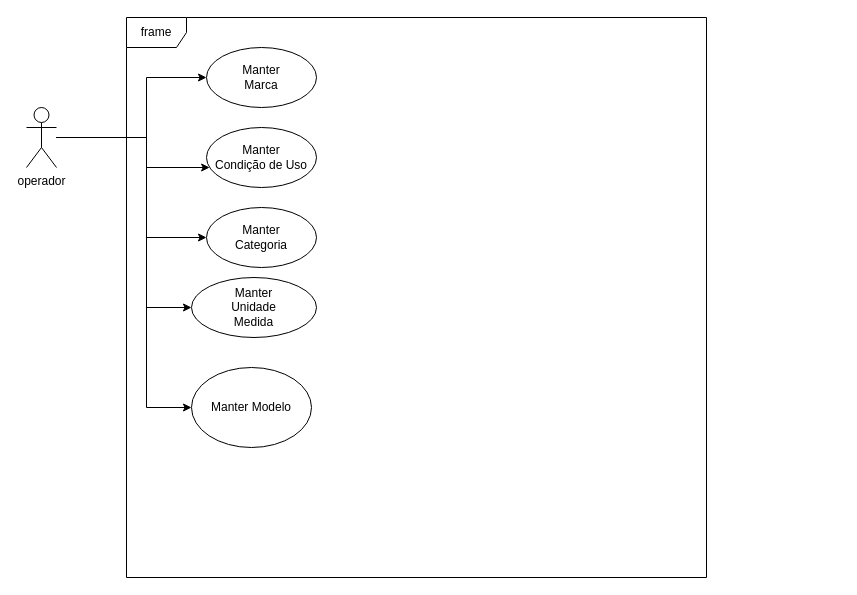
luzardofonseca/draw.io keeps this draw.io diagram as Caso de Uso Hefestos.drawio. Above is the earlier version. Source tidied: cells renumbered, new cells numbered last; positions are measured from the earlier drawing's top-left corner, leaving out a move shared by most shapes. Both pictures are drawn from the tidied source at 100%, with x=0, y=0 at pixel (26, 17).
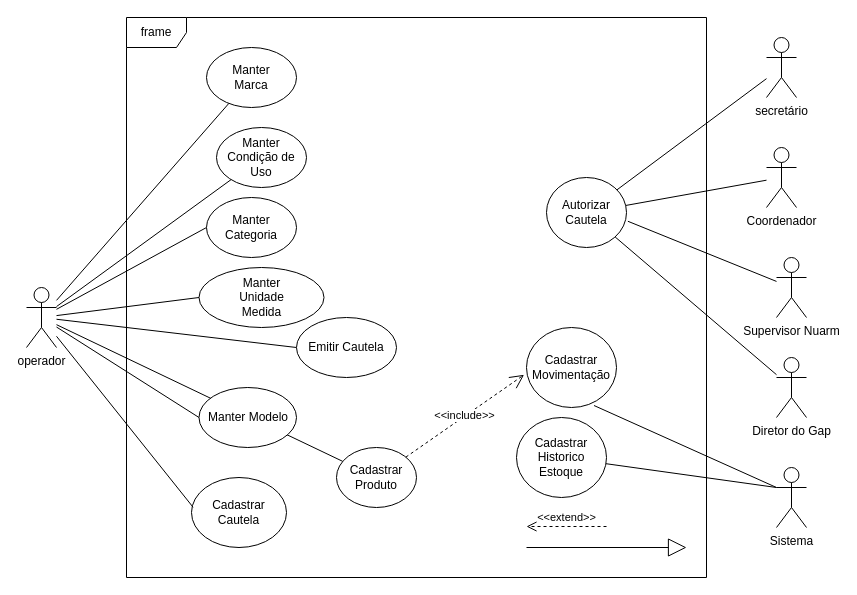
Above is the later version.

Diff of the diagram source:
```diff
@@
-    <mxCell id="3" style="edgeStyle=orthogonalEdgeStyle;rounded=0;jettySize=auto;html=1;" parent="1" edge="1" source="8" target="9">
-      <mxGeometry relative="1" as="geometry">
-        <Array as="points">
-          <mxPoint x="120" y="120" />
-          <mxPoint x="120" y="60" />
-        </Array>
-      </mxGeometry>
+    <mxCell id="3" style="rounded=0;jettySize=auto;html=1;endArrow=none;endFill=0;" parent="1" edge="1" source="8" target="9">
+      <mxGeometry relative="1" as="geometry" />
     </mxCell>
-    <mxCell id="4" style="edgeStyle=orthogonalEdgeStyle;rounded=0;jettySize=auto;html=1;" parent="1" edge="1" source="8" target="10">
-      <mxGeometry relative="1" as="geometry">
-        <Array as="points">
-          <mxPoint x="120" y="120" />
-          <mxPoint x="120" y="150" />
-        </Array>
-      </mxGeometry>
+    <mxCell id="4" style="rounded=0;jettySize=auto;html=1;endArrow=none;endFill=0;" parent="1" edge="1" source="8" target="10">
+      <mxGeometry relative="1" as="geometry" />
     </mxCell>
-    <mxCell id="5" style="edgeStyle=orthogonalEdgeStyle;rounded=0;jettySize=auto;html=1;entryX=0;entryY=0.5;entryDx=0;entryDy=0;" parent="1" edge="1" source="8" target="11">
-      <mxGeometry relative="1" as="geometry">
-        <Array as="points">
-          <mxPoint x="120" y="120" />
-          <mxPoint x="120" y="220" />
-        </Array>
-      </mxGeometry>
+    <mxCell id="5" style="rounded=0;jettySize=auto;html=1;entryX=0;entryY=0.5;entryDx=0;entryDy=0;endArrow=none;endFill=0;" parent="1" edge="1" source="8" target="11">
+      <mxGeometry relative="1" as="geometry" />
     </mxCell>
-    <mxCell id="6" style="edgeStyle=orthogonalEdgeStyle;rounded=0;jettySize=auto;html=1;entryX=0;entryY=0.5;entryDx=0;entryDy=0;" parent="1" edge="1" source="8" target="12">
-      <mxGeometry relative="1" as="geometry">
-        <Array as="points">
-          <mxPoint x="120" y="120" />
-          <mxPoint x="120" y="290" />
-        </Array>
-      </mxGeometry>
+    <mxCell id="6" style="rounded=0;jettySize=auto;html=1;entryX=0;entryY=0.5;entryDx=0;entryDy=0;endArrow=none;endFill=0;" parent="1" edge="1" source="8" target="12">
+      <mxGeometry relative="1" as="geometry" />
     </mxCell>
-    <mxCell id="7" style="edgeStyle=orthogonalEdgeStyle;rounded=0;jettySize=auto;html=1;entryX=0;entryY=0.5;entryDx=0;entryDy=0;" parent="1" edge="1" source="8" target="13">
-      <mxGeometry relative="1" as="geometry">
-        <Array as="points">
-          <mxPoint x="120" y="120" />
-          <mxPoint x="120" y="390" />
-        </Array>
-      </mxGeometry>
+    <mxCell id="7" style="rounded=0;jettySize=auto;html=1;entryX=0;entryY=0.5;entryDx=0;entryDy=0;endArrow=none;endFill=0;" parent="1" edge="1" source="8" target="13">
+      <mxGeometry relative="1" as="geometry" />
     </mxCell>
+    <mxCell id="14" style="rounded=0;jettySize=auto;html=1;entryX=0;entryY=0.5;entryDx=0;entryDy=0;endArrow=none;endFill=0;" parent="1" edge="1" source="8" target="27">
+      <mxGeometry relative="1" as="geometry" />
+    </mxCell>
+    <mxCell id="15" style="rounded=0;jettySize=auto;html=1;endArrow=none;endFill=0;" parent="1" edge="1" source="8" target="28">
+      <mxGeometry relative="1" as="geometry" />
+    </mxCell>
     <mxCell id="8" value="operador" style="shape=umlActor;verticalLabelPosition=bottom;verticalAlign=top;html=1;" parent="1" vertex="1">
-      <mxGeometry y="90" width="30" height="60" as="geometry" />
+      <mxGeometry y="270" width="30" height="60" as="geometry" />
     </mxCell>
     <mxCell id="9" value="Manter&lt;br&gt;Marca" style="ellipse;whiteSpace=wrap;html=1;" parent="1" vertex="1">
-      <mxGeometry x="180" y="30" width="110" height="60" as="geometry" />
+      <mxGeometry x="180" y="30" width="90" height="60" as="geometry" />
     </mxCell>
     <mxCell id="10" value="Manter&lt;br&gt;Condição de Uso" style="ellipse;whiteSpace=wrap;html=1;" parent="1" vertex="1">
-      <mxGeometry x="180" y="110" width="110" height="60" as="geometry" />
+      <mxGeometry x="190" y="110" width="90" height="60" as="geometry" />
     </mxCell>
     <mxCell id="11" value="Manter &lt;br&gt;Categoria" style="ellipse;whiteSpace=wrap;html=1;" parent="1" vertex="1">
-      <mxGeometry x="180" y="190" width="110" height="60" as="geometry" />
+      <mxGeometry x="180" y="180" width="90" height="60" as="geometry" />
     </mxCell>
     <mxCell id="12" value="Manter &lt;br&gt;Unidade&lt;br&gt;Medida" style="ellipse;whiteSpace=wrap;html=1;" parent="1" vertex="1">
-      <mxGeometry x="165" y="260" width="125" height="60" as="geometry" />
+      <mxGeometry x="172.5" y="250" width="125" height="60" as="geometry" />
     </mxCell>
     <mxCell id="13" value="Manter Modelo" style="ellipse;whiteSpace=wrap;html=1;" parent="1" vertex="1">
-      <mxGeometry x="165" y="350" width="120" height="80" as="geometry" />
+      <mxGeometry x="172.5" y="370" width="97.5" height="60" as="geometry" />
     </mxCell>
+    <mxCell id="16" style="rounded=0;jettySize=auto;html=1;endArrow=none;endFill=0;" parent="1" edge="1" source="17" target="18">
+      <mxGeometry relative="1" as="geometry" />
+    </mxCell>
+    <mxCell id="17" value="secretário" style="shape=umlActor;verticalLabelPosition=bottom;verticalAlign=top;html=1;outlineConnect=0;" parent="1" vertex="1">
+      <mxGeometry x="740" y="20" width="30" height="60" as="geometry" />
+    </mxCell>
+    <mxCell id="18" value="Autorizar Cautela" style="ellipse;whiteSpace=wrap;html=1;" parent="1" vertex="1">
+      <mxGeometry x="520" y="160" width="80" height="70" as="geometry" />
+    </mxCell>
+    <mxCell id="19" style="rounded=0;jettySize=auto;html=1;endArrow=none;endFill=0;" parent="1" edge="1" source="20" target="18">
+      <mxGeometry relative="1" as="geometry" />
+    </mxCell>
+    <mxCell id="20" value="Coordenador" style="shape=umlActor;verticalLabelPosition=bottom;verticalAlign=top;html=1;outlineConnect=0;" parent="1" vertex="1">
+      <mxGeometry x="740" y="130" width="30" height="60" as="geometry" />
+    </mxCell>
+    <mxCell id="21" style="rounded=0;jettySize=auto;html=1;entryX=1.017;entryY=0.625;entryDx=0;entryDy=0;endArrow=none;endFill=0;entryPerimeter=0;" parent="1" edge="1" source="22" target="18">
+      <mxGeometry relative="1" as="geometry" />
+    </mxCell>
+    <mxCell id="22" value="Supervisor Nuarm&lt;div&gt;&lt;br&gt;&lt;/div&gt;" style="shape=umlActor;verticalLabelPosition=bottom;verticalAlign=top;html=1;outlineConnect=0;" parent="1" vertex="1">
+      <mxGeometry x="750" y="240" width="30" height="60" as="geometry" />
+    </mxCell>
+    <mxCell id="23" style="rounded=0;jettySize=auto;html=1;endArrow=none;endFill=0;" parent="1" edge="1" source="24" target="18">
+      <mxGeometry relative="1" as="geometry" />
+    </mxCell>
+    <mxCell id="24" value="&lt;div&gt;Diretor do Gap&lt;/div&gt;" style="shape=umlActor;verticalLabelPosition=bottom;verticalAlign=top;html=1;outlineConnect=0;" parent="1" vertex="1">
+      <mxGeometry x="750" y="340" width="30" height="60" as="geometry" />
+    </mxCell>
+    <mxCell id="25" value="Cadastrar Cautela" style="ellipse;whiteSpace=wrap;html=1;" parent="1" vertex="1">
+      <mxGeometry x="165" y="460" width="95" height="70" as="geometry" />
+    </mxCell>
+    <mxCell id="26" style="rounded=0;jettySize=auto;html=1;entryX=0.017;entryY=0.425;entryDx=0;entryDy=0;entryPerimeter=0;endArrow=none;endFill=0;" parent="1" edge="1" source="8" target="25">
+      <mxGeometry relative="1" as="geometry" />
+    </mxCell>
+    <mxCell id="27" value="Emitir Cautela" style="ellipse;whiteSpace=wrap;html=1;" parent="1" vertex="1">
+      <mxGeometry x="270" y="300" width="100" height="60" as="geometry" />
+    </mxCell>
+    <mxCell id="28" value="Cadastrar Produto" style="ellipse;whiteSpace=wrap;html=1;" parent="1" vertex="1">
+      <mxGeometry x="310" y="430" width="80" height="60" as="geometry" />
+    </mxCell>
+    <mxCell id="29" value="Cadastrar&lt;br&gt;Movimentação" style="ellipse;whiteSpace=wrap;html=1;" parent="1" vertex="1">
+      <mxGeometry x="500" y="310" width="90" height="80" as="geometry" />
+    </mxCell>
+    <mxCell id="30" value="&amp;lt;&amp;lt;extend&amp;gt;&amp;gt;" style="html=1;verticalAlign=bottom;endArrow=open;dashed=1;endSize=8;curved=0;rounded=0;" parent="1" edge="1">
+      <mxGeometry relative="1" as="geometry">
+        <mxPoint x="580" y="509" as="sourcePoint" />
+        <mxPoint x="500" y="509" as="targetPoint" />
+      </mxGeometry>
+    </mxCell>
+    <mxCell id="31" style="endArrow=block;endSize=16;endFill=0;html=1;rounded=0;" parent="1" edge="1">
+      <mxGeometry relative="1" as="geometry">
+        <mxPoint x="500" y="530" as="sourcePoint" />
+        <mxPoint x="660" y="530" as="targetPoint" />
+      </mxGeometry>
+    </mxCell>
+    <mxCell id="32" value="&amp;lt;&amp;lt;include&amp;gt;&amp;gt;" style="endArrow=open;endSize=12;dashed=1;html=1;rounded=0;" parent="1" edge="1" source="28">
+      <mxGeometry relative="1" as="geometry">
+        <mxPoint x="497.6" y="357.3" as="targetPoint" />
+      </mxGeometry>
+    </mxCell>
+    <mxCell id="33" style="rounded=0;jettySize=auto;html=1;exitX=0;exitY=0.3333333333333333;exitDx=0;exitDy=0;exitPerimeter=0;endArrow=none;endFill=0;" parent="1" edge="1" source="34" target="36">
+      <mxGeometry relative="1" as="geometry" />
+    </mxCell>
+    <mxCell id="34" value="Sistema" style="shape=umlActor;verticalLabelPosition=bottom;verticalAlign=top;html=1;" parent="1" vertex="1">
+      <mxGeometry x="750" y="450" width="30" height="60" as="geometry" />
+    </mxCell>
+    <mxCell id="35" style="rounded=0;jettySize=auto;html=1;exitX=0;exitY=0.3333333333333333;exitDx=0;exitDy=0;exitPerimeter=0;entryX=0.75;entryY=0.975;entryDx=0;entryDy=0;entryPerimeter=0;endArrow=none;endFill=0;" parent="1" edge="1" source="34" target="29">
+      <mxGeometry relative="1" as="geometry" />
+    </mxCell>
+    <mxCell id="36" value="Cadastrar&lt;br&gt;Historico&lt;br&gt;Estoque" style="ellipse;whiteSpace=wrap;html=1;" parent="1" vertex="1">
+      <mxGeometry x="490" y="400" width="90" height="80" as="geometry" />
+    </mxCell>
```
